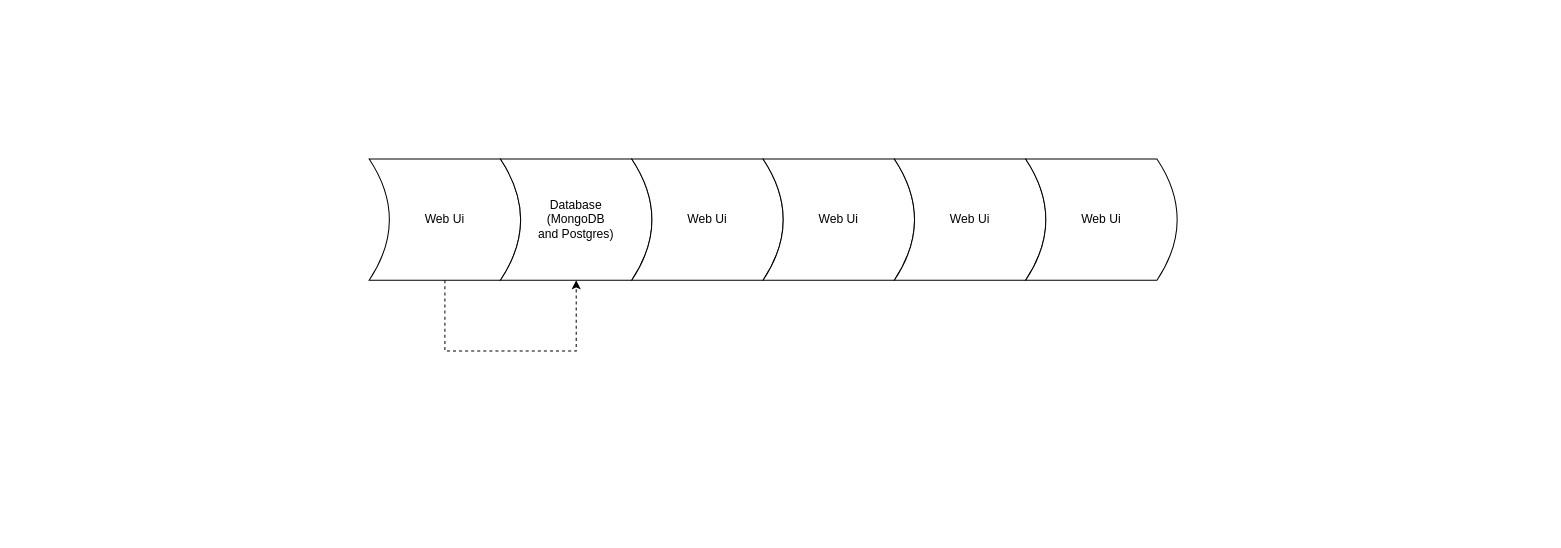
The draw.io diagram SoftwareDevelopmentProcess.drawio in shaniceng/DrawIODiagrams, before the edit. Source tidied: cells renumbered, new cells numbered last; positions are measured from the earlier drawing's top-left corner, leaving out a move shared by most shapes. Both pictures are drawn from the tidied source at 101%, with x=0, y=0 at pixel (369, 159).
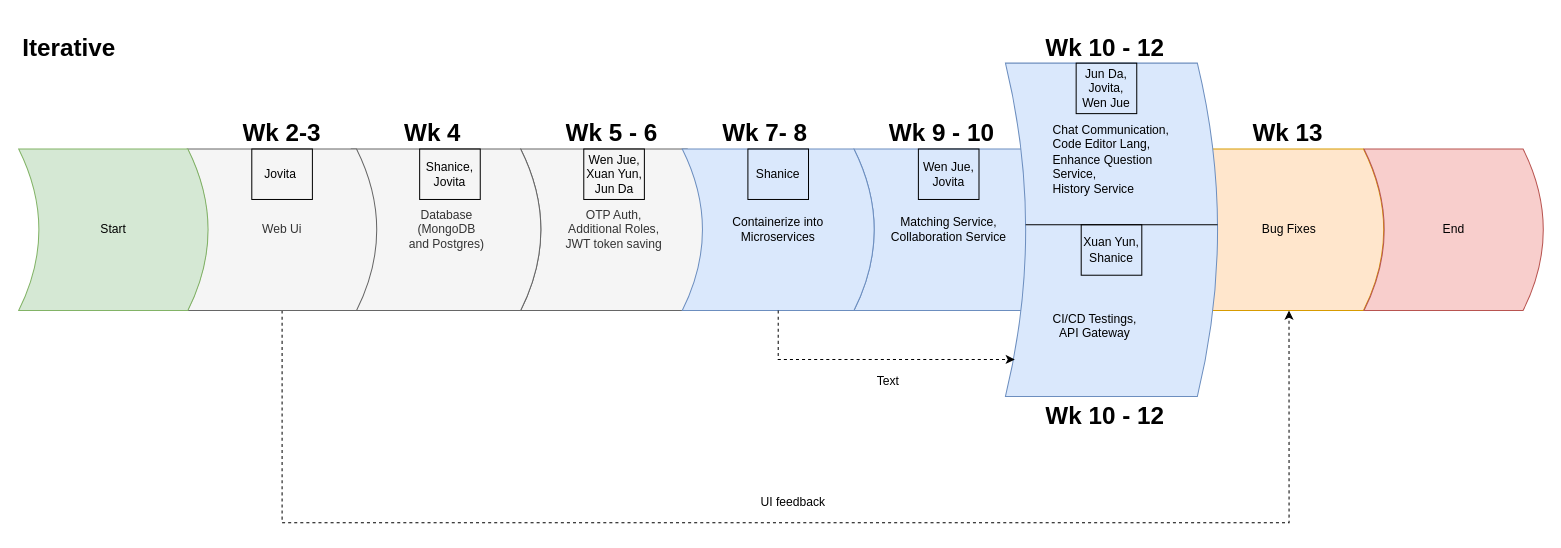
The same diagram, later.

The edit, as a diff of the source:
```diff
@@
-    <mxCell id="2" style="edgeStyle=orthogonalEdgeStyle;rounded=0;jettySize=auto;html=1;entryX=0.5;entryY=1;entryDx=0;entryDy=0;dashed=1;" parent="1" edge="1" source="3" target="4">
-      <mxGeometry relative="1" as="geometry">
-        <Array as="points">
-          <mxPoint x="75" y="190" />
-          <mxPoint x="205" y="190" />
-        </Array>
-      </mxGeometry>
-    </mxCell>
-    <mxCell id="3" value="Web Ui" style="shape=dataStorage;whiteSpace=wrap;html=1;fixedSize=1;flipH=1;" parent="1" vertex="1">
-      <mxGeometry width="150" height="120" as="geometry" />
-    </mxCell>
-    <mxCell id="4" value="Database&lt;br&gt;(MongoDB &lt;br&gt;and Postgres)" style="shape=dataStorage;whiteSpace=wrap;html=1;fixedSize=1;flipH=1;" parent="1" vertex="1">
-      <mxGeometry x="130" width="150" height="120" as="geometry" />
-    </mxCell>
+    <mxCell id="9" value="Bug Fixes" style="shape=dataStorage;whiteSpace=wrap;html=1;fixedSize=1;flipH=1;fillColor=#ffe6cc;strokeColor=#d79b00;" parent="1" vertex="1">
+      <mxGeometry x="817" y="-10" width="187.5" height="160" as="geometry" />
+    </mxCell>
+    <mxCell id="10" value="Matching Service,&lt;br style=&quot;border-color: var(--border-color);&quot;&gt;&lt;span style=&quot;border-color: var(--border-color);&quot;&gt;Collaboration Service&lt;/span&gt;" style="shape=dataStorage;whiteSpace=wrap;html=1;fixedSize=1;flipH=1;fillColor=#dae8fc;strokeColor=#6c8ebf;" parent="1" vertex="1">
+      <mxGeometry x="480" y="-10" width="187.5" height="160" as="geometry" />
+    </mxCell>
-    <mxCell id="5" value="Web Ui" style="shape=dataStorage;whiteSpace=wrap;html=1;fixedSize=1;flipH=1;" parent="1" vertex="1">
-      <mxGeometry x="260" width="150" height="120" as="geometry" />
+    <mxCell id="5" value="OTP Auth,&lt;br&gt;Additional Roles,&lt;br&gt;JWT token saving" style="shape=dataStorage;whiteSpace=wrap;html=1;fixedSize=1;flipH=1;fillColor=#f5f5f5;fontColor=#333333;strokeColor=#666666;" parent="1" vertex="1">
+      <mxGeometry x="150" y="-10" width="185" height="160" as="geometry" />
     </mxCell>
-    <mxCell id="6" value="Web Ui" style="shape=dataStorage;whiteSpace=wrap;html=1;fixedSize=1;flipH=1;" parent="1" vertex="1">
-      <mxGeometry x="390" width="150" height="120" as="geometry" />
+    <mxCell id="6" value="Containerize into&lt;br&gt;Microservices" style="shape=dataStorage;whiteSpace=wrap;html=1;fixedSize=1;flipH=1;fillColor=#dae8fc;strokeColor=#6c8ebf;" parent="1" vertex="1">
+      <mxGeometry x="310" y="-10" width="190" height="160" as="geometry" />
     </mxCell>
-    <mxCell id="7" value="Web Ui" style="shape=dataStorage;whiteSpace=wrap;html=1;fixedSize=1;flipH=1;" parent="1" vertex="1">
-      <mxGeometry x="520" width="150" height="120" as="geometry" />
+    <mxCell id="7" style="shape=dataStorage;whiteSpace=wrap;html=1;fixedSize=1;flipH=1;size=20;fillColor=#dae8fc;strokeColor=#6c8ebf;" parent="1" vertex="1">
+      <mxGeometry x="630" y="-95" width="210" height="330" as="geometry" />
     </mxCell>
-    <mxCell id="8" value="Web Ui" style="shape=dataStorage;whiteSpace=wrap;html=1;fixedSize=1;flipH=1;" parent="1" vertex="1">
-      <mxGeometry x="650" width="150" height="120" as="geometry" />
-    </mxCell>
+    <mxCell id="11" value="UI feedback" style="text;html=1;strokeColor=none;fillColor=none;align=center;verticalAlign=middle;whiteSpace=wrap;rounded=0;" parent="1" vertex="1">
+      <mxGeometry x="375" y="325" width="90" height="30" as="geometry" />
+    </mxCell>
+    <mxCell id="4" value="Database&lt;br&gt;(MongoDB &lt;br&gt;and Postgres)" style="shape=dataStorage;whiteSpace=wrap;html=1;fixedSize=1;flipH=1;fillColor=#f5f5f5;fontColor=#333333;strokeColor=#666666;" parent="1" vertex="1">
+      <mxGeometry x="-17.5" y="-10" width="187.5" height="160" as="geometry" />
+    </mxCell>
+    <mxCell id="12" style="edgeStyle=orthogonalEdgeStyle;rounded=0;jettySize=auto;html=1;entryX=0.5;entryY=1;entryDx=0;entryDy=0;dashed=1;" parent="1" edge="1" source="3" target="9">
+      <mxGeometry relative="1" as="geometry">
+        <Array as="points">
+          <mxPoint x="-86" y="360" />
+          <mxPoint x="911" y="360" />
+        </Array>
+      </mxGeometry>
+    </mxCell>
+    <mxCell id="3" value="Web Ui" style="shape=dataStorage;whiteSpace=wrap;html=1;fixedSize=1;flipH=1;fillColor=#f5f5f5;fontColor=#333333;strokeColor=#666666;" parent="1" vertex="1">
+      <mxGeometry x="-180" y="-10" width="187.5" height="160" as="geometry" />
+    </mxCell>
+    <mxCell id="13" value="Jovita&amp;nbsp;" style="text;html=1;strokeColor=default;fillColor=none;align=center;verticalAlign=middle;whiteSpace=wrap;rounded=0;" parent="1" vertex="1">
+      <mxGeometry x="-116.2" y="-10" width="60" height="50" as="geometry" />
+    </mxCell>
+    <mxCell id="14" value="Shanice,&lt;br&gt;Jovita" style="text;html=1;strokeColor=default;fillColor=none;align=center;verticalAlign=middle;whiteSpace=wrap;rounded=0;" parent="1" vertex="1">
+      <mxGeometry x="50" y="-10" width="60" height="50" as="geometry" />
+    </mxCell>
+    <mxCell id="15" value="Wen Jue,&lt;br&gt;Xuan Yun,&lt;br&gt;Jun Da" style="text;html=1;strokeColor=default;fillColor=none;align=center;verticalAlign=middle;whiteSpace=wrap;rounded=0;" parent="1" vertex="1">
+      <mxGeometry x="212.5" y="-10" width="60" height="50" as="geometry" />
+    </mxCell>
+    <mxCell id="16" value="Shanice" style="text;html=1;strokeColor=default;fillColor=none;align=center;verticalAlign=middle;whiteSpace=wrap;rounded=0;" parent="1" vertex="1">
+      <mxGeometry x="375" y="-10" width="60" height="50" as="geometry" />
+    </mxCell>
+    <mxCell id="17" value="Jun Da,&lt;br style=&quot;border-color: var(--border-color);&quot;&gt;Jovita,&lt;br style=&quot;border-color: var(--border-color);&quot;&gt;Wen Jue" style="text;html=1;strokeColor=default;fillColor=none;align=center;verticalAlign=middle;whiteSpace=wrap;rounded=0;" parent="1" vertex="1">
+      <mxGeometry x="700" y="-95" width="60" height="50" as="geometry" />
+    </mxCell>
+    <mxCell id="18" value="Xuan Yun,&lt;br&gt;Shanice" style="text;html=1;strokeColor=default;fillColor=none;align=center;verticalAlign=middle;whiteSpace=wrap;rounded=0;" parent="1" vertex="1">
+      <mxGeometry x="705" y="65" width="60" height="50" as="geometry" />
+    </mxCell>
+    <mxCell id="19" style="endArrow=none;html=1;rounded=0;entryX=1;entryY=0.5;entryDx=0;entryDy=0;startSize=6;endSize=6;" parent="1" edge="1">
+      <mxGeometry relative="1" as="geometry">
+        <mxPoint x="650" y="65" as="sourcePoint" />
+        <mxPoint x="840" y="65" as="targetPoint" />
+      </mxGeometry>
+    </mxCell>
+    <mxCell id="20" value="Chat Communication,&lt;br style=&quot;border-color: var(--border-color); text-align: center;&quot;&gt;&lt;span style=&quot;text-align: center;&quot;&gt;Code Editor Lang,&lt;/span&gt;&lt;br style=&quot;border-color: var(--border-color); text-align: center;&quot;&gt;&lt;span style=&quot;text-align: center;&quot;&gt;Enhance Question Service,&lt;/span&gt;&lt;br style=&quot;border-color: var(--border-color); text-align: center;&quot;&gt;&lt;span style=&quot;text-align: center;&quot;&gt;History Service&lt;/span&gt;" style="text;whiteSpace=wrap;html=1;" parent="1" vertex="1">
+      <mxGeometry x="675" y="-42" width="120" height="50" as="geometry" />
+    </mxCell>
+    <mxCell id="21" value="&lt;div style=&quot;text-align: center;&quot;&gt;&lt;span style=&quot;background-color: initial;&quot;&gt;CI/CD Testings,&lt;/span&gt;&lt;/div&gt;&lt;div style=&quot;text-align: center;&quot;&gt;&lt;span style=&quot;background-color: initial;&quot;&gt;API Gateway&lt;/span&gt;&lt;/div&gt;" style="text;whiteSpace=wrap;html=1;" parent="1" vertex="1">
+      <mxGeometry x="675" y="145" width="120" height="50" as="geometry" />
+    </mxCell>
+    <mxCell id="22" value="Start" style="shape=dataStorage;whiteSpace=wrap;html=1;fixedSize=1;flipH=1;fillColor=#d5e8d4;strokeColor=#82b366;" parent="1" vertex="1">
+      <mxGeometry x="-347" y="-10" width="187.5" height="160" as="geometry" />
+    </mxCell>
+    <mxCell id="23" value="&lt;h1&gt;Wk 2-3&lt;/h1&gt;" style="text;html=1;strokeColor=none;fillColor=none;spacing=5;spacingTop=-20;whiteSpace=wrap;overflow=hidden;rounded=0;" parent="1" vertex="1">
+      <mxGeometry x="-130" y="-45" width="190" height="120" as="geometry" />
+    </mxCell>
+    <mxCell id="24" value="&lt;h1&gt;Wk 4&lt;/h1&gt;" style="text;html=1;strokeColor=none;fillColor=none;spacing=5;spacingTop=-20;whiteSpace=wrap;overflow=hidden;rounded=0;" parent="1" vertex="1">
+      <mxGeometry x="30" y="-45" width="190" height="120" as="geometry" />
+    </mxCell>
+    <mxCell id="25" value="&lt;h1&gt;Wk 5 - 6&lt;/h1&gt;" style="text;html=1;strokeColor=none;fillColor=none;spacing=5;spacingTop=-20;whiteSpace=wrap;overflow=hidden;rounded=0;" parent="1" vertex="1">
+      <mxGeometry x="190" y="-45" width="100" height="35" as="geometry" />
+    </mxCell>
+    <mxCell id="26" value="&lt;h1&gt;Wk 7- 8&lt;/h1&gt;" style="text;html=1;strokeColor=none;fillColor=none;spacing=5;spacingTop=-20;whiteSpace=wrap;overflow=hidden;rounded=0;" parent="1" vertex="1">
+      <mxGeometry x="345" y="-45" width="190" height="120" as="geometry" />
+    </mxCell>
+    <mxCell id="27" value="&lt;h1&gt;Wk 10 - 12&lt;/h1&gt;" style="text;html=1;strokeColor=none;fillColor=none;spacing=5;spacingTop=-20;whiteSpace=wrap;overflow=hidden;rounded=0;" parent="1" vertex="1">
+      <mxGeometry x="665" y="-130" width="130" height="35" as="geometry" />
+    </mxCell>
+    <mxCell id="28" value="&lt;h1&gt;Wk 9 - 10&lt;/h1&gt;" style="text;html=1;strokeColor=none;fillColor=none;spacing=5;spacingTop=-20;whiteSpace=wrap;overflow=hidden;rounded=0;" parent="1" vertex="1">
+      <mxGeometry x="510.1" y="-45" width="127.2" height="35" as="geometry" />
+    </mxCell>
+    <mxCell id="29" value="&lt;h1 style=&quot;border-color: var(--border-color);&quot;&gt;Wk 10 - 12&lt;/h1&gt;" style="text;html=1;strokeColor=none;fillColor=none;spacing=5;spacingTop=-20;whiteSpace=wrap;overflow=hidden;rounded=0;" parent="1" vertex="1">
+      <mxGeometry x="665" y="235" width="135" height="35" as="geometry" />
+    </mxCell>
+    <mxCell id="30" value="Wen Jue,&lt;br&gt;Jovita" style="text;html=1;strokeColor=default;fillColor=none;align=center;verticalAlign=middle;whiteSpace=wrap;rounded=0;" parent="1" vertex="1">
+      <mxGeometry x="543.8" y="-10" width="60" height="50" as="geometry" />
+    </mxCell>
+    <mxCell id="31" value="&lt;h1&gt;Wk 13&lt;/h1&gt;" style="text;html=1;strokeColor=none;fillColor=none;spacing=5;spacingTop=-20;whiteSpace=wrap;overflow=hidden;rounded=0;" parent="1" vertex="1">
+      <mxGeometry x="870" y="-45" width="80" height="35" as="geometry" />
+    </mxCell>
+    <mxCell id="32" value="End" style="shape=dataStorage;whiteSpace=wrap;html=1;fixedSize=1;flipH=1;fillColor=#f8cecc;strokeColor=#b85450;" parent="1" vertex="1">
+      <mxGeometry x="985" y="-10" width="177.5" height="160" as="geometry" />
+    </mxCell>
+    <mxCell id="33" value="&lt;h1&gt;Iterative&lt;/h1&gt;" style="text;html=1;strokeColor=none;fillColor=none;spacing=5;spacingTop=-20;whiteSpace=wrap;overflow=hidden;rounded=0;" parent="1" vertex="1">
+      <mxGeometry x="-348.2" y="-130" width="190" height="120" as="geometry" />
+    </mxCell>
+    <mxCell id="34" style="edgeStyle=orthogonalEdgeStyle;rounded=0;jettySize=auto;html=1;entryX=0.956;entryY=0.889;entryDx=0;entryDy=0;entryPerimeter=0;dashed=1;" parent="1" edge="1" source="6" target="7">
+      <mxGeometry relative="1" as="geometry">
+        <Array as="points">
+          <mxPoint x="405" y="198" />
+        </Array>
+      </mxGeometry>
+    </mxCell>
+    <mxCell id="35" value="Text" style="text;html=1;strokeColor=none;fillColor=none;align=center;verticalAlign=middle;whiteSpace=wrap;rounded=0;" parent="1" vertex="1">
+      <mxGeometry x="483.8" y="205" width="60" height="30" as="geometry" />
+    </mxCell>
```
